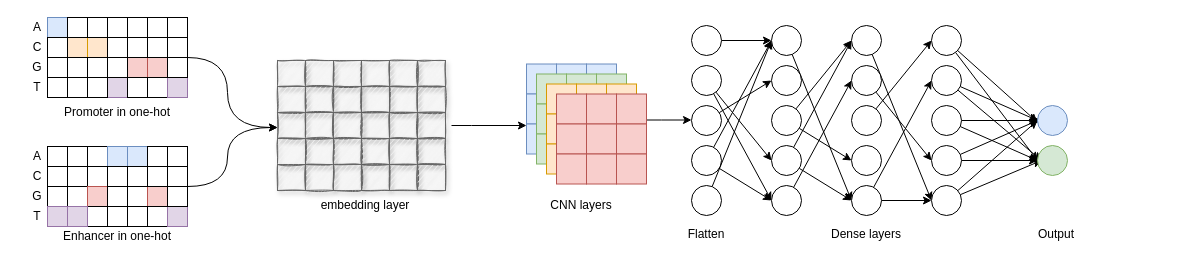
Above: onehot_embedding_cnn_one_branch.drawio in NaiveTom/draw.io (draw.io), before the change. Source tidied: cells renumbered, new cells numbered last; positions are measured from the earlier drawing's top-left corner, leaving out a move shared by most shapes. Both pictures are drawn from the tidied source at 100%, with x=0, y=0 at pixel (17, 17).
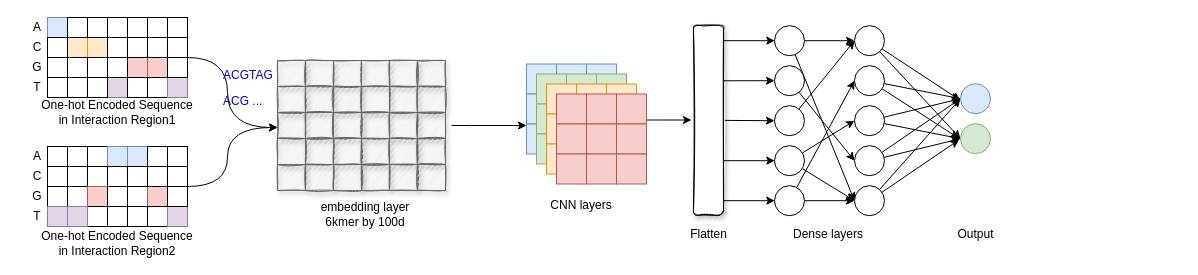
Above is the later version.

Diff of the diagram source:
```diff
@@
-    <mxCell id="3" value="&lt;div&gt;embedding layer&lt;/div&gt;" style="text;html=1;strokeColor=none;fillColor=none;align=center;verticalAlign=middle;whiteSpace=wrap;rounded=0;" parent="1" vertex="1">
-      <mxGeometry x="268" y="178" width="160" height="20" as="geometry" />
+    <mxCell id="3" value="&lt;div&gt;embedding layer&lt;/div&gt;&lt;div&gt;6kmer by 100d&lt;/div&gt;" style="text;html=1;strokeColor=none;fillColor=none;align=center;verticalAlign=middle;whiteSpace=wrap;rounded=0;" parent="1" vertex="1">
+      <mxGeometry x="268" y="187" width="160" height="20" as="geometry" />
     </mxCell>
@@
-    <mxCell id="34" value="&lt;div&gt;Promoter in one-hot&lt;/div&gt;" style="text;html=1;strokeColor=none;fillColor=none;align=center;verticalAlign=middle;whiteSpace=wrap;rounded=0;" parent="1" vertex="1">
-      <mxGeometry x="20" y="85" width="160" height="20" as="geometry" />
-    </mxCell>
-    <mxCell id="35" value="&lt;div&gt;Enhancer in one-hot&lt;/div&gt;" style="text;html=1;strokeColor=none;fillColor=none;align=center;verticalAlign=middle;whiteSpace=wrap;rounded=0;" parent="1" vertex="1">
-      <mxGeometry x="20" y="209" width="160" height="20" as="geometry" />
-    </mxCell>
@@
-    <mxCell id="142" style="edgeStyle=none;rounded=0;jettySize=auto;html=1;entryX=0;entryY=0.5;entryDx=0;entryDy=0;" parent="1" edge="1" source="143" target="155">
-      <mxGeometry relative="1" as="geometry" />
-    </mxCell>
-    <mxCell id="143" style="ellipse;whiteSpace=wrap;html=1;" parent="1" vertex="1">
-      <mxGeometry x="674" y="8" width="30" height="30" as="geometry" />
-    </mxCell>
-    <mxCell id="144" style="edgeStyle=none;rounded=1;jumpSize=20;jettySize=auto;html=1;entryX=0;entryY=0.5;entryDx=0;entryDy=0;strokeWidth=1;" parent="1" edge="1" source="146" target="164">
-      <mxGeometry relative="1" as="geometry" />
-    </mxCell>
-    <mxCell id="145" style="edgeStyle=none;rounded=1;jumpSize=20;jettySize=auto;html=1;entryX=0;entryY=0.5;entryDx=0;entryDy=0;strokeWidth=1;" parent="1" edge="1" source="146" target="162">
-      <mxGeometry relative="1" as="geometry" />
-    </mxCell>
-    <mxCell id="146" style="ellipse;whiteSpace=wrap;html=1;" parent="1" vertex="1">
-      <mxGeometry x="674" y="48" width="30" height="30" as="geometry" />
-    </mxCell>
-    <mxCell id="147" style="rounded=1;jumpSize=20;jettySize=auto;html=1;entryX=0;entryY=0.5;entryDx=0;entryDy=0;strokeWidth=1;" parent="1" edge="1" source="148" target="156">
-      <mxGeometry relative="1" as="geometry" />
-    </mxCell>
-    <mxCell id="148" style="ellipse;whiteSpace=wrap;html=1;" parent="1" vertex="1">
-      <mxGeometry x="674" y="88" width="30" height="30" as="geometry" />
-    </mxCell>
-    <mxCell id="149" style="rounded=1;jumpSize=20;jettySize=auto;html=1;entryX=0;entryY=0.5;entryDx=0;entryDy=0;strokeWidth=1;" parent="1" edge="1" source="151" target="155">
-      <mxGeometry relative="1" as="geometry" />
-    </mxCell>
-    <mxCell id="150" style="edgeStyle=none;rounded=1;jumpSize=20;jettySize=auto;html=1;entryX=0;entryY=0.5;entryDx=0;entryDy=0;strokeWidth=1;" parent="1" edge="1" source="151" target="164">
-      <mxGeometry relative="1" as="geometry" />
-    </mxCell>
-    <mxCell id="151" style="ellipse;whiteSpace=wrap;html=1;" parent="1" vertex="1">
-      <mxGeometry x="674" y="128" width="30" height="30" as="geometry" />
-    </mxCell>
-    <mxCell id="152" style="edgeStyle=none;rounded=1;jumpSize=20;jettySize=auto;html=1;entryX=0;entryY=0.5;entryDx=0;entryDy=0;strokeWidth=1;" parent="1" edge="1" source="153" target="155">
-      <mxGeometry relative="1" as="geometry" />
-    </mxCell>
-    <mxCell id="153" style="ellipse;whiteSpace=wrap;html=1;" parent="1" vertex="1">
-      <mxGeometry x="674" y="168" width="30" height="30" as="geometry" />
-    </mxCell>
-    <mxCell id="154" style="edgeStyle=none;rounded=1;jumpSize=20;jettySize=auto;html=1;entryX=0;entryY=0.5;entryDx=0;entryDy=0;strokeWidth=1;" parent="1" edge="1" source="155" target="176">
-      <mxGeometry relative="1" as="geometry" />
-    </mxCell>
-    <mxCell id="155" style="ellipse;whiteSpace=wrap;html=1;" parent="1" vertex="1">
-      <mxGeometry x="754" y="8" width="30" height="30" as="geometry" />
-    </mxCell>
-    <mxCell id="156" style="ellipse;whiteSpace=wrap;html=1;" parent="1" vertex="1">
-      <mxGeometry x="754" y="48" width="30" height="30" as="geometry" />
-    </mxCell>
-    <mxCell id="157" style="edgeStyle=none;rounded=1;jumpSize=20;jettySize=auto;html=1;entryX=0;entryY=0.5;entryDx=0;entryDy=0;strokeWidth=1;" parent="1" edge="1" source="159" target="173">
-      <mxGeometry relative="1" as="geometry" />
-    </mxCell>
-    <mxCell id="158" style="edgeStyle=none;rounded=1;jumpSize=20;jettySize=auto;html=1;entryX=0;entryY=0.5;entryDx=0;entryDy=0;strokeWidth=1;" parent="1" edge="1" source="159" target="168">
-      <mxGeometry relative="1" as="geometry" />
-    </mxCell>
-    <mxCell id="159" style="ellipse;whiteSpace=wrap;html=1;" parent="1" vertex="1">
-      <mxGeometry x="754" y="88" width="30" height="30" as="geometry" />
-    </mxCell>
-    <mxCell id="160" style="edgeStyle=none;rounded=1;jumpSize=20;jettySize=auto;html=1;entryX=0;entryY=0.5;entryDx=0;entryDy=0;strokeWidth=1;" parent="1" edge="1" source="162" target="168">
-      <mxGeometry relative="1" as="geometry" />
-    </mxCell>
-    <mxCell id="161" style="edgeStyle=none;rounded=1;jumpSize=20;jettySize=auto;html=1;entryX=0;entryY=0.5;entryDx=0;entryDy=0;strokeWidth=1;" parent="1" edge="1" source="162" target="176">
-      <mxGeometry relative="1" as="geometry" />
-    </mxCell>
-    <mxCell id="162" style="ellipse;whiteSpace=wrap;html=1;" parent="1" vertex="1">
-      <mxGeometry x="754" y="128" width="30" height="30" as="geometry" />
-    </mxCell>
-    <mxCell id="163" style="edgeStyle=none;rounded=1;jumpSize=20;jettySize=auto;html=1;entryX=0;entryY=0.5;entryDx=0;entryDy=0;strokeWidth=1;" parent="1" edge="1" source="164" target="170">
-      <mxGeometry relative="1" as="geometry" />
-    </mxCell>
-    <mxCell id="164" style="ellipse;whiteSpace=wrap;html=1;" parent="1" vertex="1">
-      <mxGeometry x="754" y="168" width="30" height="30" as="geometry" />
-    </mxCell>
+    <mxCell id="195" value="One-hot Encoded Sequence in Interaction Region1" style="text;html=1;strokeColor=none;fillColor=none;align=center;verticalAlign=middle;whiteSpace=wrap;rounded=0;" parent="1" vertex="1">
+      <mxGeometry x="20" y="84.5" width="160" height="20" as="geometry" />
+    </mxCell>
+    <mxCell id="196" value="&lt;div&gt;One-hot Encoded Sequence in Interaction Region2&lt;/div&gt;" style="text;html=1;strokeColor=none;fillColor=none;align=center;verticalAlign=middle;whiteSpace=wrap;rounded=0;" parent="1" vertex="1">
+      <mxGeometry x="20" y="215.5" width="160" height="20" as="geometry" />
+    </mxCell>
+    <mxCell id="197" value="&lt;font color=&quot;#0000CC&quot;&gt;ACGTAG&lt;/font&gt;" style="text;whiteSpace=wrap;html=1;" parent="1" vertex="1">
+      <mxGeometry x="204" y="43.5" width="70" height="30" as="geometry" />
+    </mxCell>
+    <mxCell id="198" value="&lt;font color=&quot;#0000CC&quot;&gt;ACG ...&lt;/font&gt;" style="text;whiteSpace=wrap;html=1;" parent="1" vertex="1">
+      <mxGeometry x="204" y="69.5" width="70" height="30" as="geometry" />
+    </mxCell>
     <mxCell id="165" value="Dense layers" style="text;html=1;strokeColor=none;fillColor=none;align=center;verticalAlign=middle;whiteSpace=wrap;rounded=0;" parent="1" vertex="1">
-      <mxGeometry x="724" y="207" width="250" height="20" as="geometry" />
+      <mxGeometry x="766" y="207.2" width="90" height="20" as="geometry" />
     </mxCell>
     <mxCell id="166" value="Flatten" style="text;html=1;strokeColor=none;fillColor=none;align=center;verticalAlign=middle;whiteSpace=wrap;rounded=0;" parent="1" vertex="1">
-      <mxGeometry x="564" y="207" width="250" height="20" as="geometry" />
+      <mxGeometry x="680.5" y="207.2" width="21" height="20" as="geometry" />
     </mxCell>
-    <mxCell id="167" style="edgeStyle=none;rounded=1;jumpSize=20;jettySize=auto;html=1;entryX=0;entryY=0.5;entryDx=0;entryDy=0;strokeWidth=1;" parent="1" edge="1" source="168" target="191">
-      <mxGeometry relative="1" as="geometry" />
-    </mxCell>
-    <mxCell id="168" style="ellipse;whiteSpace=wrap;html=1;" parent="1" vertex="1">
-      <mxGeometry x="834" y="8" width="30" height="30" as="geometry" />
-    </mxCell>
-    <mxCell id="169" style="edgeStyle=none;rounded=1;jumpSize=20;jettySize=auto;html=1;entryX=0;entryY=0.5;entryDx=0;entryDy=0;strokeWidth=1;" parent="1" edge="1" source="170" target="188">
-      <mxGeometry relative="1" as="geometry" />
-    </mxCell>
-    <mxCell id="170" style="ellipse;whiteSpace=wrap;html=1;" parent="1" vertex="1">
-      <mxGeometry x="834" y="48" width="30" height="30" as="geometry" />
-    </mxCell>
-    <mxCell id="171" style="edgeStyle=none;rounded=1;jumpSize=20;jettySize=auto;html=1;entryX=0;entryY=0.5;entryDx=0;entryDy=0;strokeWidth=1;" parent="1" edge="1" source="172" target="179">
-      <mxGeometry relative="1" as="geometry" />
-    </mxCell>
-    <mxCell id="172" style="ellipse;whiteSpace=wrap;html=1;" parent="1" vertex="1">
-      <mxGeometry x="834" y="88" width="30" height="30" as="geometry" />
-    </mxCell>
-    <mxCell id="173" style="ellipse;whiteSpace=wrap;html=1;" parent="1" vertex="1">
-      <mxGeometry x="834" y="128" width="30" height="30" as="geometry" />
-    </mxCell>
-    <mxCell id="174" style="edgeStyle=none;rounded=1;jumpSize=20;jettySize=auto;html=1;entryX=0;entryY=0.5;entryDx=0;entryDy=0;strokeWidth=1;" parent="1" edge="1" source="176" target="182">
-      <mxGeometry relative="1" as="geometry" />
-    </mxCell>
-    <mxCell id="175" style="edgeStyle=none;rounded=1;jumpSize=20;jettySize=auto;html=1;entryX=0;entryY=0.5;entryDx=0;entryDy=0;strokeWidth=1;" parent="1" edge="1" source="176" target="191">
-      <mxGeometry relative="1" as="geometry" />
-    </mxCell>
-    <mxCell id="176" style="ellipse;whiteSpace=wrap;html=1;" parent="1" vertex="1">
-      <mxGeometry x="834" y="168" width="30" height="30" as="geometry" />
-    </mxCell>
-    <mxCell id="177" style="edgeStyle=none;rounded=1;jumpSize=20;jettySize=auto;html=1;entryX=0;entryY=0.5;entryDx=0;entryDy=0;strokeWidth=1;" parent="1" edge="1" source="179" target="194">
-      <mxGeometry relative="1" as="geometry" />
-    </mxCell>
-    <mxCell id="178" style="edgeStyle=none;rounded=1;jumpSize=20;jettySize=auto;html=1;strokeWidth=1;entryX=-0.001;entryY=0.557;entryDx=0;entryDy=0;entryPerimeter=0;" parent="1" edge="1" source="179" target="193">
-      <mxGeometry relative="1" as="geometry" />
-    </mxCell>
-    <mxCell id="179" style="ellipse;whiteSpace=wrap;html=1;" parent="1" vertex="1">
-      <mxGeometry x="914" y="8" width="30" height="30" as="geometry" />
-    </mxCell>
-    <mxCell id="180" style="edgeStyle=none;rounded=1;jumpSize=20;jettySize=auto;html=1;entryX=0;entryY=0.5;entryDx=0;entryDy=0;strokeWidth=1;" parent="1" edge="1" source="182" target="193">
-      <mxGeometry relative="1" as="geometry" />
-    </mxCell>
-    <mxCell id="181" style="edgeStyle=none;rounded=1;jumpSize=20;jettySize=auto;html=1;strokeWidth=1;" parent="1" edge="1" source="182">
-      <mxGeometry relative="1" as="geometry">
-        <mxPoint x="1024" y="143" as="targetPoint" />
-      </mxGeometry>
-    </mxCell>
-    <mxCell id="182" style="ellipse;whiteSpace=wrap;html=1;" parent="1" vertex="1">
-      <mxGeometry x="914" y="48" width="30" height="30" as="geometry" />
-    </mxCell>
-    <mxCell id="183" style="edgeStyle=none;rounded=1;jumpSize=20;jettySize=auto;html=1;entryX=0;entryY=0.5;entryDx=0;entryDy=0;strokeWidth=1;" parent="1" edge="1" source="185" target="194">
-      <mxGeometry relative="1" as="geometry" />
-    </mxCell>
-    <mxCell id="184" style="edgeStyle=none;rounded=1;jumpSize=20;jettySize=auto;html=1;strokeWidth=1;" parent="1" edge="1" source="185">
-      <mxGeometry relative="1" as="geometry">
-        <mxPoint x="1024" y="103" as="targetPoint" />
-      </mxGeometry>
-    </mxCell>
-    <mxCell id="185" style="ellipse;whiteSpace=wrap;html=1;" parent="1" vertex="1">
-      <mxGeometry x="914" y="88" width="30" height="30" as="geometry" />
-    </mxCell>
-    <mxCell id="186" style="edgeStyle=none;rounded=1;jumpSize=20;jettySize=auto;html=1;entryX=0;entryY=0.5;entryDx=0;entryDy=0;strokeWidth=1;" parent="1" edge="1" source="188" target="193">
-      <mxGeometry relative="1" as="geometry" />
-    </mxCell>
-    <mxCell id="187" style="edgeStyle=none;rounded=1;jumpSize=20;jettySize=auto;html=1;strokeWidth=1;entryX=0;entryY=0.5;entryDx=0;entryDy=0;" parent="1" edge="1" source="188" target="194">
-      <mxGeometry relative="1" as="geometry" />
-    </mxCell>
-    <mxCell id="188" style="ellipse;whiteSpace=wrap;html=1;" parent="1" vertex="1">
-      <mxGeometry x="914" y="128" width="30" height="30" as="geometry" />
-    </mxCell>
-    <mxCell id="189" style="edgeStyle=none;rounded=1;jumpSize=20;jettySize=auto;html=1;strokeWidth=1;" parent="1" edge="1" source="191">
-      <mxGeometry relative="1" as="geometry">
-        <mxPoint x="1024" y="143" as="targetPoint" />
-      </mxGeometry>
-    </mxCell>
-    <mxCell id="190" style="edgeStyle=none;rounded=1;jumpSize=20;jettySize=auto;html=1;strokeWidth=1;entryX=0;entryY=0.5;entryDx=0;entryDy=0;" parent="1" edge="1" source="191" target="193">
-      <mxGeometry relative="1" as="geometry" />
-    </mxCell>
-    <mxCell id="191" style="ellipse;whiteSpace=wrap;html=1;" parent="1" vertex="1">
-      <mxGeometry x="914" y="168" width="30" height="30" as="geometry" />
-    </mxCell>
+    <mxCell id="199" style="edgeStyle=none;rounded=1;jumpSize=20;jettySize=auto;html=1;entryX=0;entryY=0.5;entryDx=0;entryDy=0;strokeWidth=1;" parent="1" edge="1" source="201" target="226">
+      <mxGeometry relative="1" as="geometry" />
+    </mxCell>
+    <mxCell id="200" style="edgeStyle=none;rounded=0;jettySize=auto;html=1;entryX=0;entryY=0.5;entryDx=0;entryDy=0;" parent="1" edge="1" source="201" target="214">
+      <mxGeometry relative="1" as="geometry" />
+    </mxCell>
+    <mxCell id="201" style="ellipse;whiteSpace=wrap;html=1;" parent="1" vertex="1">
+      <mxGeometry x="757" y="8.2" width="30" height="30" as="geometry" />
+    </mxCell>
+    <mxCell id="202" style="edgeStyle=none;rounded=1;jumpSize=20;jettySize=auto;html=1;entryX=0;entryY=0.5;entryDx=0;entryDy=0;strokeWidth=1;" parent="1" edge="1" source="203" target="223">
+      <mxGeometry relative="1" as="geometry" />
+    </mxCell>
+    <mxCell id="203" style="ellipse;whiteSpace=wrap;html=1;" parent="1" vertex="1">
+      <mxGeometry x="757" y="48.2" width="30" height="30" as="geometry" />
+    </mxCell>
+    <mxCell id="204" style="edgeStyle=none;rounded=1;jumpSize=20;jettySize=auto;html=1;entryX=0;entryY=0.5;entryDx=0;entryDy=0;strokeWidth=1;" parent="1" edge="1" source="205" target="214">
+      <mxGeometry relative="1" as="geometry" />
+    </mxCell>
+    <mxCell id="205" style="ellipse;whiteSpace=wrap;html=1;" parent="1" vertex="1">
+      <mxGeometry x="757" y="88.2" width="30" height="30" as="geometry" />
+    </mxCell>
+    <mxCell id="206" style="edgeStyle=none;rounded=0;jettySize=auto;html=1;entryX=0;entryY=0.5;entryDx=0;entryDy=0;" parent="1" edge="1" source="208" target="220">
+      <mxGeometry relative="1" as="geometry" />
+    </mxCell>
+    <mxCell id="207" style="edgeStyle=none;rounded=0;jettySize=auto;html=1;entryX=0;entryY=0.5;entryDx=0;entryDy=0;" parent="1" edge="1" source="208" target="226">
+      <mxGeometry relative="1" as="geometry" />
+    </mxCell>
+    <mxCell id="208" style="ellipse;whiteSpace=wrap;html=1;" parent="1" vertex="1">
+      <mxGeometry x="757" y="128.2" width="30" height="30" as="geometry" />
+    </mxCell>
+    <mxCell id="209" style="edgeStyle=none;rounded=1;jumpSize=20;jettySize=auto;html=1;entryX=0;entryY=0.5;entryDx=0;entryDy=0;strokeWidth=1;" parent="1" edge="1" source="211" target="217">
+      <mxGeometry relative="1" as="geometry" />
+    </mxCell>
+    <mxCell id="210" style="edgeStyle=none;rounded=1;jumpSize=20;jettySize=auto;html=1;entryX=0;entryY=0.5;entryDx=0;entryDy=0;strokeWidth=1;" parent="1" edge="1" source="211" target="226">
+      <mxGeometry relative="1" as="geometry" />
+    </mxCell>
+    <mxCell id="211" style="ellipse;whiteSpace=wrap;html=1;" parent="1" vertex="1">
+      <mxGeometry x="757" y="168.2" width="30" height="30" as="geometry" />
+    </mxCell>
+    <mxCell id="212" style="edgeStyle=none;rounded=1;jumpSize=20;jettySize=auto;html=1;entryX=0;entryY=0.5;entryDx=0;entryDy=0;strokeWidth=1;" parent="1" edge="1" source="214" target="228">
+      <mxGeometry relative="1" as="geometry" />
+    </mxCell>
+    <mxCell id="213" style="edgeStyle=none;rounded=1;jumpSize=20;jettySize=auto;html=1;strokeWidth=1;entryX=-0.001;entryY=0.557;entryDx=0;entryDy=0;entryPerimeter=0;" parent="1" edge="1" source="214" target="227">
+      <mxGeometry relative="1" as="geometry" />
+    </mxCell>
+    <mxCell id="214" style="ellipse;whiteSpace=wrap;html=1;" parent="1" vertex="1">
+      <mxGeometry x="837" y="8.2" width="30" height="30" as="geometry" />
+    </mxCell>
+    <mxCell id="215" style="edgeStyle=none;rounded=1;jumpSize=20;jettySize=auto;html=1;entryX=0;entryY=0.5;entryDx=0;entryDy=0;strokeWidth=1;" parent="1" edge="1" source="217" target="227">
+      <mxGeometry relative="1" as="geometry" />
+    </mxCell>
+    <mxCell id="216" style="edgeStyle=none;rounded=1;jumpSize=20;jettySize=auto;html=1;strokeWidth=1;entryX=-0.057;entryY=0.483;entryDx=0;entryDy=0;entryPerimeter=0;" parent="1" edge="1" source="217" target="228">
+      <mxGeometry relative="1" as="geometry" />
+    </mxCell>
+    <mxCell id="217" style="ellipse;whiteSpace=wrap;html=1;" parent="1" vertex="1">
+      <mxGeometry x="837" y="48.2" width="30" height="30" as="geometry" />
+    </mxCell>
+    <mxCell id="218" style="edgeStyle=none;rounded=1;jumpSize=20;jettySize=auto;html=1;entryX=0;entryY=0.5;entryDx=0;entryDy=0;strokeWidth=1;" parent="1" edge="1" source="220" target="228">
+      <mxGeometry relative="1" as="geometry" />
+    </mxCell>
+    <mxCell id="219" style="edgeStyle=none;rounded=1;jumpSize=20;jettySize=auto;html=1;strokeWidth=1;entryX=0;entryY=0.5;entryDx=0;entryDy=0;" parent="1" edge="1" source="220" target="227">
+      <mxGeometry relative="1" as="geometry" />
+    </mxCell>
+    <mxCell id="220" style="ellipse;whiteSpace=wrap;html=1;" parent="1" vertex="1">
+      <mxGeometry x="837" y="88.2" width="30" height="30" as="geometry" />
+    </mxCell>
+    <mxCell id="221" style="edgeStyle=none;rounded=1;jumpSize=20;jettySize=auto;html=1;entryX=0;entryY=0.5;entryDx=0;entryDy=0;strokeWidth=1;" parent="1" edge="1" source="223" target="227">
+      <mxGeometry relative="1" as="geometry" />
+    </mxCell>
+    <mxCell id="222" style="edgeStyle=none;rounded=1;jumpSize=20;jettySize=auto;html=1;strokeWidth=1;entryX=0;entryY=0.5;entryDx=0;entryDy=0;" parent="1" edge="1" source="223" target="228">
+      <mxGeometry relative="1" as="geometry" />
+    </mxCell>
+    <mxCell id="223" style="ellipse;whiteSpace=wrap;html=1;" parent="1" vertex="1">
+      <mxGeometry x="837" y="128.2" width="30" height="30" as="geometry" />
+    </mxCell>
+    <mxCell id="224" style="edgeStyle=none;rounded=1;jumpSize=20;jettySize=auto;html=1;strokeWidth=1;entryX=-0.05;entryY=0.538;entryDx=0;entryDy=0;entryPerimeter=0;" parent="1" edge="1" source="226" target="228">
+      <mxGeometry relative="1" as="geometry" />
+    </mxCell>
+    <mxCell id="225" style="edgeStyle=none;rounded=1;jumpSize=20;jettySize=auto;html=1;strokeWidth=1;entryX=0;entryY=0.5;entryDx=0;entryDy=0;" parent="1" edge="1" source="226" target="227">
+      <mxGeometry relative="1" as="geometry" />
+    </mxCell>
+    <mxCell id="226" style="ellipse;whiteSpace=wrap;html=1;" parent="1" vertex="1">
+      <mxGeometry x="837" y="168.2" width="30" height="30" as="geometry" />
+    </mxCell>
     <mxCell id="192" value="&lt;div&gt;Output&lt;/div&gt;" style="text;html=1;strokeColor=none;fillColor=none;align=center;verticalAlign=middle;whiteSpace=wrap;rounded=0;" parent="1" vertex="1">
-      <mxGeometry x="914" y="207" width="250" height="20" as="geometry" />
+      <mxGeometry x="946.8" y="207.2" width="22.5" height="20" as="geometry" />
     </mxCell>
-    <mxCell id="193" style="ellipse;whiteSpace=wrap;html=1;fillColor=#dae8fc;strokeColor=#6c8ebf;" parent="1" vertex="1">
-      <mxGeometry x="1020" y="88" width="30" height="30" as="geometry" />
-    </mxCell>
-    <mxCell id="194" style="ellipse;whiteSpace=wrap;html=1;fillColor=#d5e8d4;strokeColor=#82b366;" parent="1" vertex="1">
-      <mxGeometry x="1020" y="128" width="30" height="30" as="geometry" />
-    </mxCell>
+    <mxCell id="227" style="ellipse;whiteSpace=wrap;html=1;fillColor=#dae8fc;strokeColor=#6c8ebf;" parent="1" vertex="1">
+      <mxGeometry x="943" y="66.2" width="30" height="30" as="geometry" />
+    </mxCell>
+    <mxCell id="228" style="ellipse;whiteSpace=wrap;html=1;fillColor=#d5e8d4;strokeColor=#82b366;" parent="1" vertex="1">
+      <mxGeometry x="943" y="106.2" width="30" height="30" as="geometry" />
+    </mxCell>
+    <mxCell id="229" style="rounded=0;jettySize=auto;html=1;entryX=0;entryY=0.5;entryDx=0;entryDy=0;" parent="1" edge="1" source="230">
+      <mxGeometry relative="1" as="geometry">
+        <mxPoint x="757" y="103.2" as="targetPoint" />
+      </mxGeometry>
+    </mxCell>
+    <mxCell id="230" style="rounded=1;whiteSpace=wrap;html=1;shadow=1;glass=0;sketch=1;" parent="1" vertex="1">
+      <mxGeometry x="676" y="7.8" width="30" height="190" as="geometry" />
+    </mxCell>
+    <mxCell id="231" style="endArrow=classic;html=1;entryX=0;entryY=0.5;entryDx=0;entryDy=0;exitX=0.989;exitY=0.292;exitDx=0;exitDy=0;exitPerimeter=0;" parent="1" edge="1" source="230">
+      <mxGeometry relative="1" as="geometry">
+        <mxPoint x="757" y="63.2" as="targetPoint" />
+      </mxGeometry>
+    </mxCell>
+    <mxCell id="232" style="endArrow=classic;html=1;entryX=0;entryY=0.5;entryDx=0;entryDy=0;exitX=0.989;exitY=0.292;exitDx=0;exitDy=0;exitPerimeter=0;" parent="1" edge="1">
+      <mxGeometry relative="1" as="geometry">
+        <mxPoint x="706" y="23.2" as="sourcePoint" />
+        <mxPoint x="757.3" y="23.2" as="targetPoint" />
+      </mxGeometry>
+    </mxCell>
+    <mxCell id="233" style="endArrow=classic;html=1;entryX=0;entryY=0.5;entryDx=0;entryDy=0;exitX=0.989;exitY=0.292;exitDx=0;exitDy=0;exitPerimeter=0;" parent="1" edge="1">
+      <mxGeometry relative="1" as="geometry">
+        <mxPoint x="706" y="143.2" as="sourcePoint" />
+        <mxPoint x="757.3" y="143.2" as="targetPoint" />
+      </mxGeometry>
+    </mxCell>
+    <mxCell id="234" style="endArrow=classic;html=1;entryX=0;entryY=0.5;entryDx=0;entryDy=0;exitX=0.989;exitY=0.292;exitDx=0;exitDy=0;exitPerimeter=0;" parent="1" edge="1">
+      <mxGeometry relative="1" as="geometry">
+        <mxPoint x="706" y="183.2" as="sourcePoint" />
+        <mxPoint x="757.3" y="183.2" as="targetPoint" />
+      </mxGeometry>
+    </mxCell>
```
